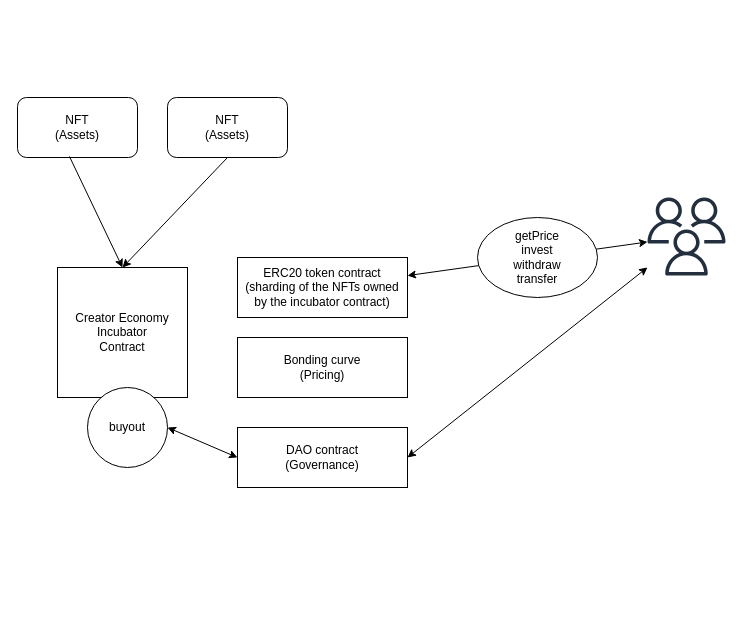
abridged/nfthack-2021 keeps this draw.io diagram as incubator.drawio. Above is the earlier version. Source tidied: cells renumbered, new cells numbered last; positions are measured from the earlier drawing's top-left corner, leaving out a move shared by most shapes. Both pictures are drawn from the tidied source at 100%, with x=0, y=0 at pixel (17, 97).
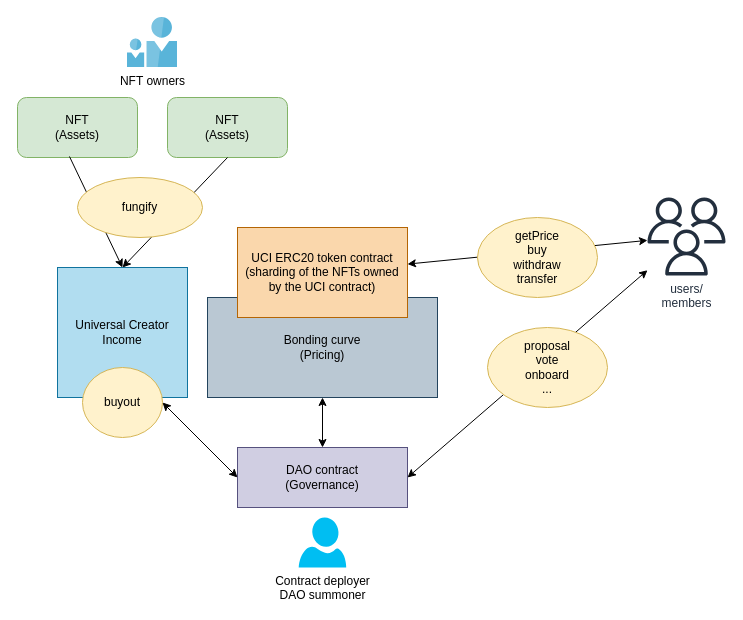
The same diagram, later.

Diff of the diagram source:
```diff
@@
-    <mxCell id="2" value="Creator Economy Incubator&lt;br&gt;Contract" style="whiteSpace=wrap;html=1;" parent="1" vertex="1">
+    <mxCell id="2" value="Universal Creator Income" style="whiteSpace=wrap;html=1;fillColor=#b1ddf0;strokeColor=#10739e;" parent="1" vertex="1">
       <mxGeometry x="40" y="170" width="130" height="130" as="geometry" />
     </mxCell>
-    <mxCell id="3" value="NFT&lt;br&gt;(Assets)" style="rounded=1;whiteSpace=wrap;html=1;" parent="1" vertex="1">
+    <mxCell id="3" value="NFT&lt;br&gt;(Assets)" style="rounded=1;whiteSpace=wrap;html=1;fillColor=#d5e8d4;strokeColor=#82b366;" parent="1" vertex="1">
       <mxGeometry width="120" height="60" as="geometry" />
     </mxCell>
-    <mxCell id="4" value="NFT&lt;br&gt;(Assets)" style="rounded=1;whiteSpace=wrap;html=1;" parent="1" vertex="1">
+    <mxCell id="4" value="NFT&lt;br&gt;(Assets)" style="rounded=1;whiteSpace=wrap;html=1;fillColor=#d5e8d4;strokeColor=#82b366;" parent="1" vertex="1">
       <mxGeometry x="150" width="120" height="60" as="geometry" />
     </mxCell>
@@
-    <mxCell id="6" style="endArrow=classic;html=1;exitX=0.5;exitY=1;exitDx=0;exitDy=0;entryX=0.5;entryY=0;entryDx=0;entryDy=0;" parent="1" edge="1" source="4" target="2">
-      <mxGeometry relative="1" as="geometry" />
-    </mxCell>
-    <mxCell id="7" value="ERC20 token contract&lt;br&gt;(sharding of the NFTs owned by the incubator contract)" style="rounded=0;whiteSpace=wrap;html=1;" parent="1" vertex="1">
-      <mxGeometry x="220" y="160" width="170" height="60" as="geometry" />
-    </mxCell>
-    <mxCell id="8" value="Bonding curve&lt;br&gt;(Pricing)" style="rounded=0;whiteSpace=wrap;html=1;" parent="1" vertex="1">
-      <mxGeometry x="220" y="240" width="170" height="60" as="geometry" />
+    <mxCell id="8" value="Bonding curve&lt;br&gt;(Pricing)" style="rounded=0;whiteSpace=wrap;html=1;fillColor=#bac8d3;strokeColor=#23445d;" parent="1" vertex="1">
+      <mxGeometry x="190" y="200" width="230" height="100" as="geometry" />
     </mxCell>
-    <mxCell id="9" value="DAO contract&lt;br&gt;(Governance)" style="rounded=0;whiteSpace=wrap;html=1;" parent="1" vertex="1">
-      <mxGeometry x="220" y="330" width="170" height="60" as="geometry" />
+    <mxCell id="9" value="DAO contract&lt;br&gt;(Governance)" style="rounded=0;whiteSpace=wrap;html=1;fillColor=#d0cee2;strokeColor=#56517e;" parent="1" vertex="1">
+      <mxGeometry x="220" y="350" width="170" height="60" as="geometry" />
     </mxCell>
-    <mxCell id="10" style="outlineConnect=0;fontColor=#232F3E;gradientColor=none;fillColor=#232F3E;strokeColor=none;dashed=0;verticalLabelPosition=bottom;verticalAlign=top;align=center;html=1;fontSize=12;fontStyle=0;shape=mxgraph.aws4.users;" parent="1" vertex="1">
+    <mxCell id="10" value="users/&lt;br&gt;members" style="outlineConnect=0;fontColor=#232F3E;gradientColor=none;fillColor=#232F3E;strokeColor=none;dashed=0;verticalLabelPosition=bottom;verticalAlign=top;align=center;html=1;fontSize=12;fontStyle=0;shape=mxgraph.aws4.users;" parent="1" vertex="1">
       <mxGeometry x="630" y="100" width="78" height="78" as="geometry" />
     </mxCell>
@@
-    <mxCell id="12" value="getPrice&lt;br&gt;invest&lt;br&gt;withdraw&lt;br&gt;transfer" style="ellipse;whiteSpace=wrap;html=1;" parent="1" vertex="1">
+    <mxCell id="12" value="getPrice&lt;br&gt;buy&lt;br&gt;withdraw&lt;br&gt;transfer" style="ellipse;whiteSpace=wrap;html=1;fillColor=#fff2cc;strokeColor=#d6b656;" parent="1" vertex="1">
       <mxGeometry x="460" y="120" width="120" height="80" as="geometry" />
     </mxCell>
-    <mxCell id="13" value="buyout" style="ellipse;whiteSpace=wrap;html=1;" parent="1" vertex="1">
-      <mxGeometry x="70" y="290" width="80" height="80" as="geometry" />
+    <mxCell id="13" value="buyout" style="ellipse;whiteSpace=wrap;html=1;fillColor=#fff2cc;strokeColor=#d6b656;" parent="1" vertex="1">
+      <mxGeometry x="65" y="270" width="80" height="70" as="geometry" />
     </mxCell>
@@
+    <mxCell id="16" value="NFT owners" style="html=1;align=center;image;fontSize=12;image=img/lib/mscae/Two_User_Icon.svg;" parent="1" vertex="1">
+      <mxGeometry x="110" y="-80" width="50" height="50" as="geometry" />
+    </mxCell>
+    <mxCell id="17" style="endArrow=classic;html=1;exitX=0.5;exitY=1;exitDx=0;exitDy=0;" parent="1" edge="1" source="4">
+      <mxGeometry relative="1" as="geometry">
+        <mxPoint x="105" y="170" as="targetPoint" />
+      </mxGeometry>
+    </mxCell>
+    <mxCell id="18" value="fungify" style="ellipse;whiteSpace=wrap;html=1;fillColor=#fff2cc;strokeColor=#d6b656;" parent="1" vertex="1">
+      <mxGeometry x="60" y="80" width="125" height="60" as="geometry" />
+    </mxCell>
+    <mxCell id="7" value="UCI ERC20 token contract&lt;br&gt;(sharding of the NFTs owned by the UCI contract)" style="rounded=0;whiteSpace=wrap;html=1;fillColor=#fad7ac;strokeColor=#b46504;" parent="1" vertex="1">
+      <mxGeometry x="220" y="130" width="170" height="90" as="geometry" />
+    </mxCell>
+    <mxCell id="19" value="proposal&lt;br&gt;vote&lt;br&gt;onboard&lt;br&gt;..." style="ellipse;whiteSpace=wrap;html=1;fillColor=#fff2cc;strokeColor=#d6b656;" parent="1" vertex="1">
+      <mxGeometry x="470" y="230" width="120" height="80" as="geometry" />
+    </mxCell>
+    <mxCell id="20" style="endArrow=classic;startArrow=classic;html=1;entryX=0.5;entryY=1;entryDx=0;entryDy=0;" parent="1" edge="1" source="9" target="8">
+      <mxGeometry relative="1" as="geometry" />
+    </mxCell>
+    <mxCell id="21" value="Contract deployer&lt;br&gt;DAO summoner" style="verticalLabelPosition=bottom;html=1;verticalAlign=top;align=center;strokeColor=none;fillColor=#00BEF2;shape=mxgraph.azure.user;" parent="1" vertex="1">
+      <mxGeometry x="281.2" y="420" width="47.5" height="50" as="geometry" />
+    </mxCell>
```
